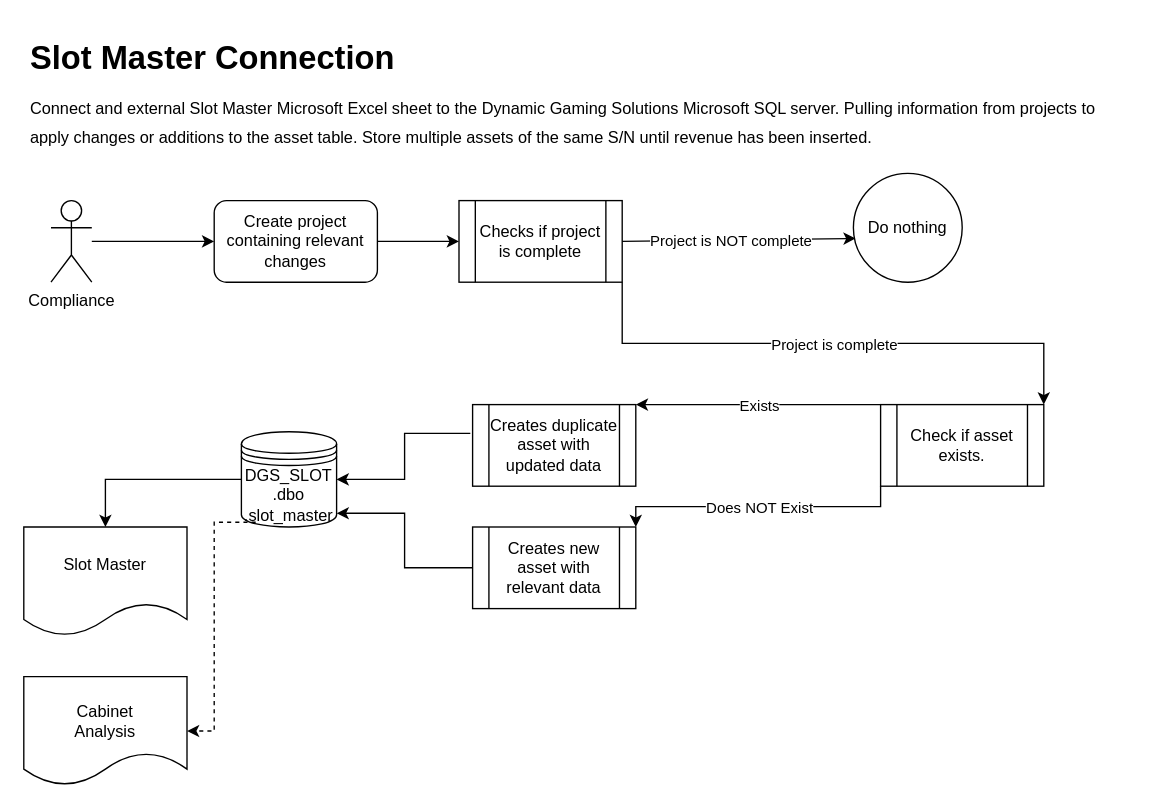
pcollins425/learning keeps this draw.io diagram as Slot_Master.drawio. Above is the earlier version. Source tidied: cells renumbered, new cells numbered last; positions are measured from the earlier drawing's top-left corner, leaving out a move shared by most shapes. Both pictures are drawn from the tidied source at 136%, with x=0, y=0 at pixel (23, 37).
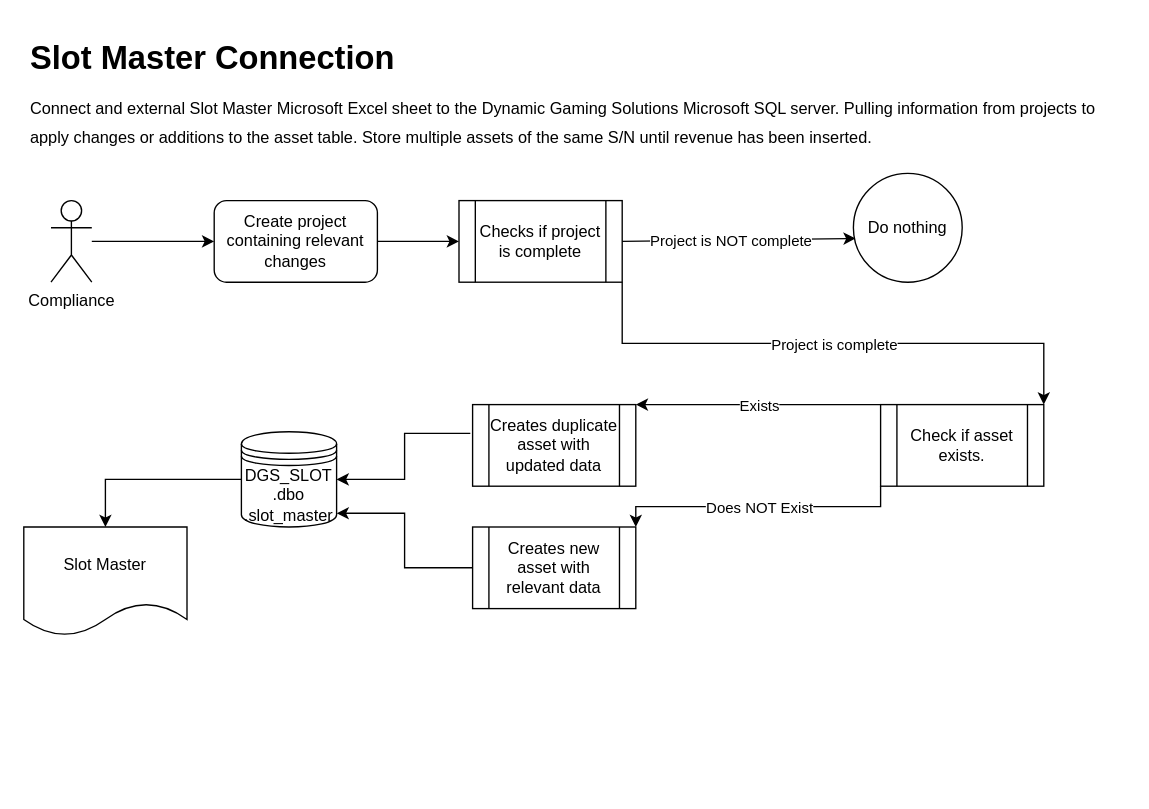
After the change.

Commit message:
Last change was unnecissary

Unchanged cells that the change refers to:
```xml
<mxCell id="23" value="DGS_SLOT&lt;br&gt;.dbo&lt;br&gt;.slot_master" style="shape=datastore;whiteSpace=wrap;html=1;" parent="1" vertex="1">
  <mxGeometry x="160" y="290" width="70" height="70" as="geometry" />
</mxCell>
```

Change to the diagram source:
```diff
@@
-    <mxCell id="24" value="Cabinet&lt;br&gt;Analysis" style="shape=document;whiteSpace=wrap;html=1;boundedLbl=1;spacingTop=10;" parent="1" vertex="1">
-      <mxGeometry y="470" width="120" height="80" as="geometry" />
-    </mxCell>
-    <mxCell id="25" style="endArrow=classic;html=1;exitX=0.15;exitY=0.95;exitDx=0;exitDy=0;exitPerimeter=0;entryX=1;entryY=0.5;entryDx=0;entryDy=0;edgeStyle=orthogonalEdgeStyle;dashed=1;arcSize=0;" parent="1" edge="1" source="23" target="24">
-      <mxGeometry relative="1" as="geometry" />
-    </mxCell>
```
